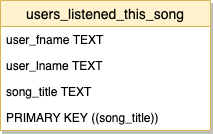
nataliamele/DEND_Project_1B keeps this draw.io diagram as images/users_listened_this_song.png. Above is the earlier version. Source tidied: cells renumbered, new cells last; positions are measured from the earlier drawing's top-left corner, leaving out a move shared by most shapes. Its diagram source:
```xml
<mxGraphModel>
  <root>
    <mxCell id="0" />
    <mxCell id="1" parent="0" />
    <mxCell id="2" value="users_listened_this_song" style="swimlane;fontStyle=0;horizontal=1;startSize=26;fillColor=#fff2cc;swimlaneFillColor=#ffffff;align=center;fontSize=14;strokeColor=#d6b656;rounded=0;comic=0;glass=0;shadow=1;" parent="1" vertex="1">
      <mxGeometry width="210" height="130" as="geometry" />
    </mxCell>
    <mxCell id="3" value="user_fname TEXT" style="text;strokeColor=none;fillColor=none;spacingLeft=4;spacingRight=4;overflow=hidden;fontSize=12;" parent="2" vertex="1">
      <mxGeometry y="26" width="210" height="26" as="geometry" />
    </mxCell>
    <mxCell id="4" value="user_lname TEXT" style="text;strokeColor=none;fillColor=none;spacingLeft=4;spacingRight=4;overflow=hidden;fontSize=12;" parent="2" vertex="1">
      <mxGeometry y="52" width="210" height="26" as="geometry" />
    </mxCell>
    <mxCell id="5" value="song_title TEXT" style="text;strokeColor=none;fillColor=none;spacingLeft=4;spacingRight=4;overflow=hidden;fontSize=12;" parent="2" vertex="1">
      <mxGeometry y="78" width="210" height="26" as="geometry" />
    </mxCell>
    <mxCell id="6" value="PRIMARY KEY ((song_title))" style="text;strokeColor=none;fillColor=none;spacingLeft=4;spacingRight=4;overflow=hidden;fontSize=12;" parent="2" vertex="1">
      <mxGeometry y="104" width="210" height="26" as="geometry" />
    </mxCell>
  </root>
</mxGraphModel>
```
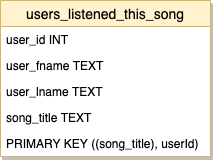
After the commit.

Diff of the diagram source:
```diff
@@ -3,19 +3,22 @@
     <mxCell id="0" />
     <mxCell id="1" parent="0" />
     <mxCell id="2" value="users_listened_this_song" style="swimlane;fontStyle=0;horizontal=1;startSize=26;fillColor=#fff2cc;swimlaneFillColor=#ffffff;align=center;fontSize=14;strokeColor=#d6b656;rounded=0;comic=0;glass=0;shadow=1;" parent="1" vertex="1">
-      <mxGeometry width="210" height="130" as="geometry" />
+      <mxGeometry width="210" height="156" as="geometry" />
     </mxCell>
-    <mxCell id="3" value="user_fname TEXT" style="text;strokeColor=none;fillColor=none;spacingLeft=4;spacingRight=4;overflow=hidden;fontSize=12;" parent="2" vertex="1">
+    <mxCell id="3" value="user_id INT" style="text;strokeColor=none;fillColor=none;spacingLeft=4;spacingRight=4;overflow=hidden;fontSize=12;" parent="2" vertex="1">
       <mxGeometry y="26" width="210" height="26" as="geometry" />
     </mxCell>
-    <mxCell id="4" value="user_lname TEXT" style="text;strokeColor=none;fillColor=none;spacingLeft=4;spacingRight=4;overflow=hidden;fontSize=12;" parent="2" vertex="1">
+    <mxCell id="4" value="user_fname TEXT" style="text;strokeColor=none;fillColor=none;spacingLeft=4;spacingRight=4;overflow=hidden;fontSize=12;" parent="2" vertex="1">
       <mxGeometry y="52" width="210" height="26" as="geometry" />
     </mxCell>
-    <mxCell id="5" value="song_title TEXT" style="text;strokeColor=none;fillColor=none;spacingLeft=4;spacingRight=4;overflow=hidden;fontSize=12;" parent="2" vertex="1">
+    <mxCell id="5" value="user_lname TEXT" style="text;strokeColor=none;fillColor=none;spacingLeft=4;spacingRight=4;overflow=hidden;fontSize=12;" parent="2" vertex="1">
       <mxGeometry y="78" width="210" height="26" as="geometry" />
     </mxCell>
-    <mxCell id="6" value="PRIMARY KEY ((song_title))" style="text;strokeColor=none;fillColor=none;spacingLeft=4;spacingRight=4;overflow=hidden;fontSize=12;" parent="2" vertex="1">
+    <mxCell id="6" value="song_title TEXT" style="text;strokeColor=none;fillColor=none;spacingLeft=4;spacingRight=4;overflow=hidden;fontSize=12;" parent="2" vertex="1">
       <mxGeometry y="104" width="210" height="26" as="geometry" />
     </mxCell>
+    <mxCell id="7" value="PRIMARY KEY ((song_title), userId)" style="text;strokeColor=none;fillColor=none;spacingLeft=4;spacingRight=4;overflow=hidden;fontSize=12;" parent="2" vertex="1">
+      <mxGeometry y="130" width="210" height="26" as="geometry" />
+    </mxCell>
   </root>
 </mxGraphModel>
```
